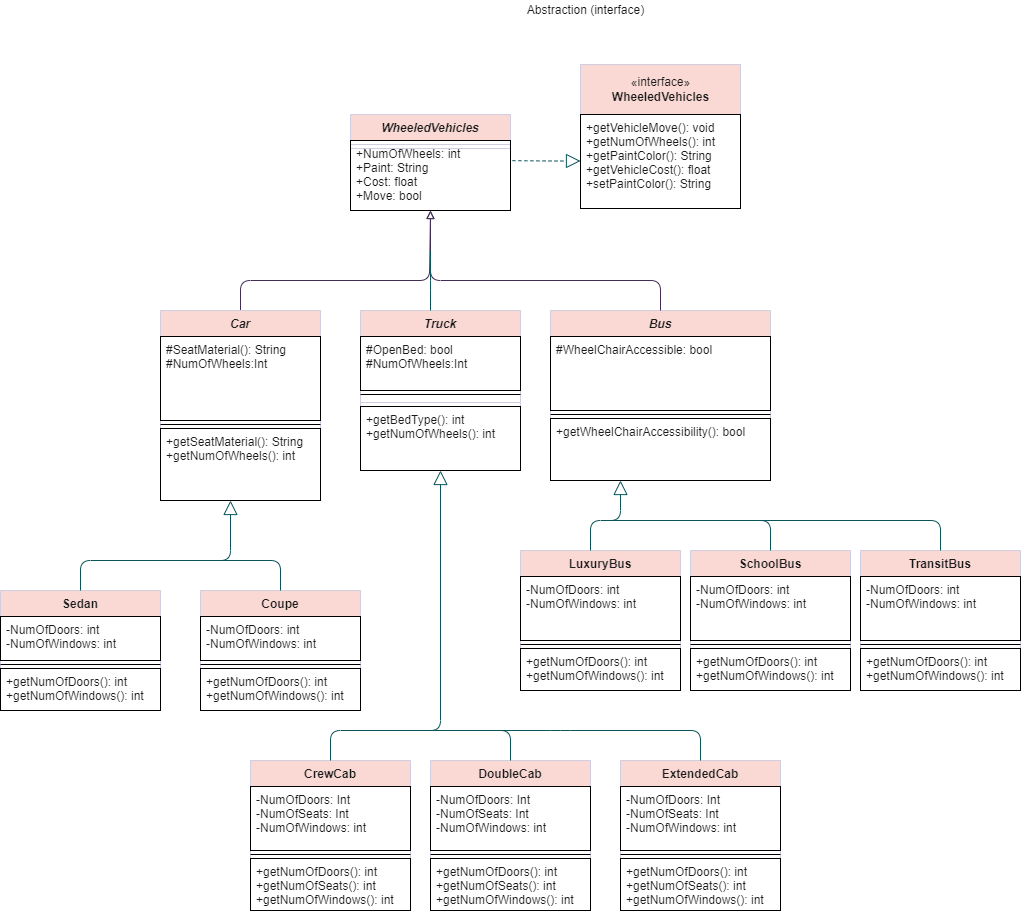
This is oop/WheeledVehiclesClass UMLDiagram.png from c0l3yni/tekcamp, a draw.io export, as it was before one commit. Source tidied: cells renumbered, new cells last; positions are measured from the earlier drawing's top-left corner, leaving out a move shared by most shapes.
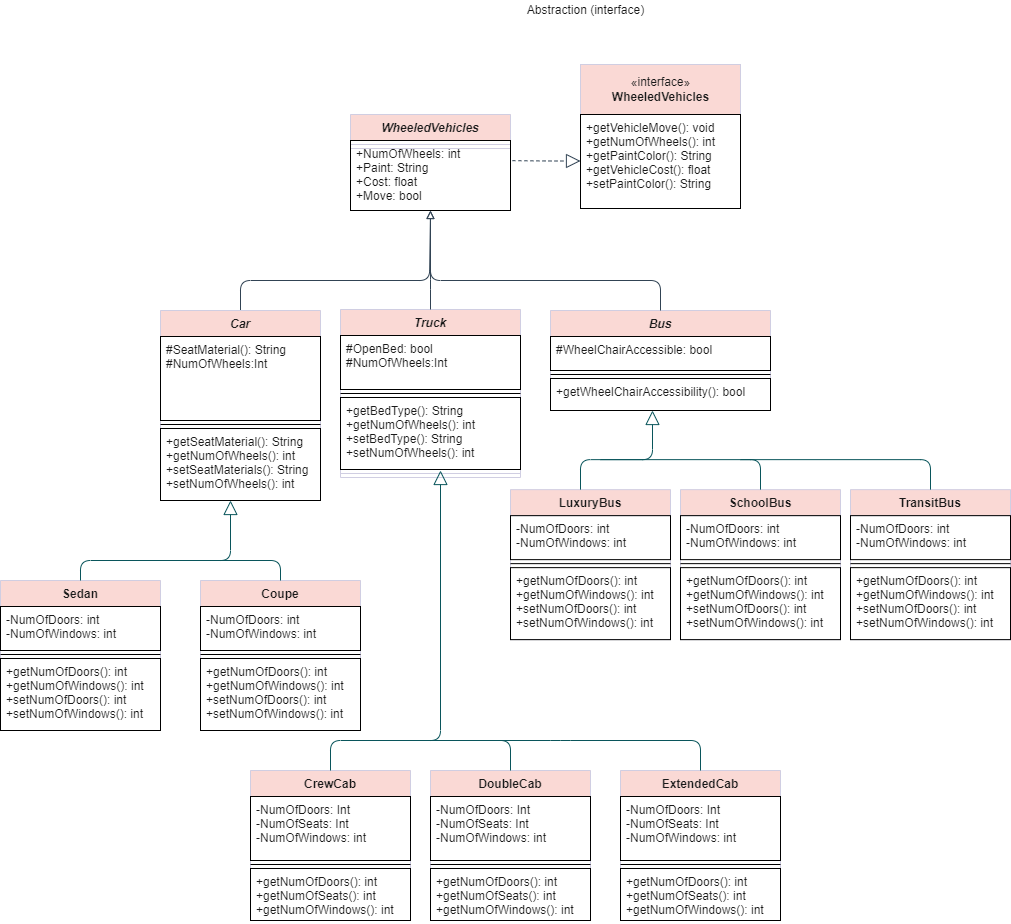
The same file after the commit.

Commit message:
Added getter and setters to methods

What changed in the source:
```diff
@@ -5,14 +5,14 @@
     <mxCell id="2" value="Bus" style="swimlane;fontStyle=3;align=center;verticalAlign=top;horizontal=1;startSize=26;fillColor=#FAD9D5;strokeColor=#D0CEE2;fontColor=#1A1A1A;rounded=0;" parent="1" vertex="1">
-      <mxGeometry x="550" y="310" width="220" height="170" as="geometry" />
+      <mxGeometry x="550" y="310" width="220" height="100" as="geometry" />
     </mxCell>
     <mxCell id="3" value="#WheelChairAccessible: bool&#10;" style="text;strokeColor=default;fillColor=none;align=left;verticalAlign=top;spacingLeft=4;spacingRight=4;overflow=hidden;fontColor=#1A1A1A;rounded=0;" parent="2" vertex="1">
-      <mxGeometry y="26" width="220" height="74" as="geometry" />
+      <mxGeometry y="26" width="220" height="34" as="geometry" />
     </mxCell>
     <mxCell id="4" style="line;strokeWidth=1;fillColor=none;align=left;verticalAlign=middle;spacingTop=-1;spacingLeft=3;spacingRight=3;labelPosition=right;fontColor=#1A1A1A;" parent="2" vertex="1">
-      <mxGeometry y="100" width="220" height="8" as="geometry" />
+      <mxGeometry y="60" width="220" height="8" as="geometry" />
     </mxCell>
     <mxCell id="5" value="+getWheelChairAccessibility(): bool" style="text;strokeColor=default;fillColor=none;align=left;verticalAlign=top;spacingLeft=4;spacingRight=4;overflow=hidden;fontColor=#1A1A1A;rounded=0;" parent="2" vertex="1">
-      <mxGeometry y="108" width="220" height="62" as="geometry" />
+      <mxGeometry y="68" width="220" height="32" as="geometry" />
     </mxCell>
-    <mxCell id="6" style="edgeStyle=orthogonalEdgeStyle;jettySize=auto;html=1;fontColor=#1A1A1A;strokeColor=#432D57;endArrow=block;endFill=0;fillColor=#76608a;" parent="1" edge="1" source="7">
+    <mxCell id="6" style="edgeStyle=orthogonalEdgeStyle;jettySize=auto;html=1;fontColor=#1A1A1A;strokeColor=#314354;endArrow=block;endFill=0;fillColor=#647687;" parent="1" edge="1" source="7">
       <mxGeometry relative="1" as="geometry">
@@ -34,3 +34,3 @@
     </mxCell>
-    <mxCell id="10" value="+getSeatMaterial(): String&#10;+getNumOfWheels(): int&#10;" style="text;strokeColor=default;fillColor=none;align=left;verticalAlign=top;spacingLeft=4;spacingRight=4;overflow=hidden;fontColor=#1A1A1A;rounded=0;" parent="7" vertex="1">
+    <mxCell id="10" value="+getSeatMaterial(): String&#10;+getNumOfWheels(): int&#10;+setSeatMaterials(): String&#10;+setNumOfWheels(): int" style="text;strokeColor=default;fillColor=none;align=left;verticalAlign=top;spacingLeft=4;spacingRight=4;overflow=hidden;fontColor=#1A1A1A;rounded=0;" parent="7" vertex="1">
       <mxGeometry y="118" width="160" height="72" as="geometry" />
@@ -38,16 +38,16 @@
     <mxCell id="11" value="Truck" style="swimlane;fontStyle=3;align=center;verticalAlign=top;horizontal=1;startSize=26;fillColor=#FAD9D5;strokeColor=#D0CEE2;fontColor=#1A1A1A;rounded=0;" parent="1" vertex="1">
-      <mxGeometry x="360" y="310" width="160" height="160" as="geometry" />
+      <mxGeometry x="340" y="309" width="180" height="168" as="geometry" />
     </mxCell>
     <mxCell id="12" value="#OpenBed: bool&#10;#NumOfWheels:Int" style="text;strokeColor=default;fillColor=none;align=left;verticalAlign=top;spacingLeft=4;spacingRight=4;overflow=hidden;fontColor=#1A1A1A;rounded=0;" parent="11" vertex="1">
-      <mxGeometry y="26" width="160" height="54" as="geometry" />
+      <mxGeometry y="26" width="180" height="54" as="geometry" />
     </mxCell>
     <mxCell id="13" style="line;strokeWidth=1;fillColor=none;align=left;verticalAlign=middle;spacingTop=-1;spacingLeft=3;spacingRight=3;labelPosition=right;fontColor=#1A1A1A;" parent="11" vertex="1">
-      <mxGeometry y="80" width="160" height="8" as="geometry" />
+      <mxGeometry y="80" width="180" height="8" as="geometry" />
     </mxCell>
+    <mxCell id="15" value="+getBedType(): String&#10;+getNumOfWheels(): int&#10;+setBedType(): String&#10;+setNumOfWheels(): int" style="text;strokeColor=default;fillColor=none;align=left;verticalAlign=top;spacingLeft=4;spacingRight=4;overflow=hidden;fontColor=#1A1A1A;rounded=0;" parent="11" vertex="1">
+      <mxGeometry y="88" width="180" height="72" as="geometry" />
+    </mxCell>
     <mxCell id="14" style="line;strokeWidth=1;fillColor=none;align=left;verticalAlign=middle;spacingTop=-1;spacingLeft=3;spacingRight=3;labelPosition=right;strokeColor=#D0CEE2;fontColor=#1A1A1A;rounded=0;" parent="11" vertex="1">
-      <mxGeometry y="88" width="160" height="8" as="geometry" />
+      <mxGeometry y="160" width="180" height="8" as="geometry" />
     </mxCell>
-    <mxCell id="15" value="+getBedType(): int&#10;+getNumOfWheels(): int" style="text;strokeColor=default;fillColor=none;align=left;verticalAlign=top;spacingLeft=4;spacingRight=4;overflow=hidden;fontColor=#1A1A1A;rounded=0;" parent="11" vertex="1">
-      <mxGeometry y="96" width="160" height="64" as="geometry" />
-    </mxCell>
     <mxCell id="16" value="WheeledVehicles" style="swimlane;fontStyle=3;align=center;verticalAlign=top;horizontal=1;startSize=26;fillColor=#FAD9D5;strokeColor=#D0CEE2;fontColor=#1A1A1A;rounded=0;" parent="1" vertex="1">
@@ -61,3 +61,3 @@
     </mxCell>
-    <mxCell id="19" style="edgeStyle=orthogonalEdgeStyle;jettySize=auto;html=1;fontColor=#1A1A1A;strokeColor=#432D57;endArrow=block;endFill=0;fillColor=#76608a;exitX=0.5;exitY=0;exitDx=0;exitDy=0;" parent="1" edge="1" source="2">
+    <mxCell id="19" style="edgeStyle=orthogonalEdgeStyle;jettySize=auto;html=1;fontColor=#1A1A1A;strokeColor=#314354;endArrow=block;endFill=0;fillColor=#647687;exitX=0.5;exitY=0;exitDx=0;exitDy=0;" parent="1" edge="1" source="2">
       <mxGeometry relative="1" as="geometry">
@@ -71,3 +71,3 @@
     <mxCell id="20" value="Sedan" style="swimlane;fontStyle=1;align=center;verticalAlign=top;horizontal=1;startSize=26;fontColor=#1A1A1A;strokeColor=#D0CEE2;fillColor=#FAD9D5;" parent="1" vertex="1">
-      <mxGeometry y="590" width="160" height="120" as="geometry" />
+      <mxGeometry y="580" width="160" height="150" as="geometry" />
     </mxCell>
@@ -79,7 +79,7 @@
     </mxCell>
-    <mxCell id="23" value="+getNumOfDoors(): int&#10;+getNumOfWindows(): int" style="text;strokeColor=default;fillColor=none;align=left;verticalAlign=top;spacingLeft=4;spacingRight=4;overflow=hidden;fontColor=#1A1A1A;" parent="20" vertex="1">
-      <mxGeometry y="78" width="160" height="42" as="geometry" />
+    <mxCell id="23" value="+getNumOfDoors(): int&#10;+getNumOfWindows(): int&#10;+setNumOfDoors(): int&#10;+setNumOfWindows(): int" style="text;strokeColor=default;fillColor=none;align=left;verticalAlign=top;spacingLeft=4;spacingRight=4;overflow=hidden;fontColor=#1A1A1A;" parent="20" vertex="1">
+      <mxGeometry y="78" width="160" height="72" as="geometry" />
     </mxCell>
     <mxCell id="24" value="Coupe" style="swimlane;fontStyle=1;align=center;verticalAlign=top;horizontal=1;startSize=26;fontColor=#1A1A1A;strokeColor=#D0CEE2;fillColor=#FAD9D5;" parent="1" vertex="1">
-      <mxGeometry x="200" y="590" width="160" height="120" as="geometry" />
+      <mxGeometry x="200" y="580" width="160" height="150" as="geometry" />
     </mxCell>
@@ -91,4 +91,4 @@
     </mxCell>
-    <mxCell id="27" value="+getNumOfDoors(): int&#10;+getNumOfWindows(): int" style="text;strokeColor=default;fillColor=none;align=left;verticalAlign=top;spacingLeft=4;spacingRight=4;overflow=hidden;fontColor=#1A1A1A;" parent="24" vertex="1">
-      <mxGeometry y="78" width="160" height="42" as="geometry" />
+    <mxCell id="27" value="+getNumOfDoors(): int&#10;+getNumOfWindows(): int&#10;+setNumOfDoors(): int&#10;+setNumOfWindows(): int" style="text;strokeColor=default;fillColor=none;align=left;verticalAlign=top;spacingLeft=4;spacingRight=4;overflow=hidden;fontColor=#1A1A1A;" parent="24" vertex="1">
+      <mxGeometry y="78" width="160" height="72" as="geometry" />
     </mxCell>
@@ -112,3 +112,3 @@
     <mxCell id="30" value="CrewCab" style="swimlane;fontStyle=1;align=center;verticalAlign=top;horizontal=1;startSize=26;fontColor=#1A1A1A;strokeColor=#D0CEE2;fillColor=#FAD9D5;" parent="1" vertex="1">
-      <mxGeometry x="250" y="760" width="160" height="150" as="geometry" />
+      <mxGeometry x="250" y="770" width="160" height="150" as="geometry" />
     </mxCell>
@@ -124,3 +124,3 @@
     <mxCell id="34" value="DoubleCab" style="swimlane;fontStyle=1;align=center;verticalAlign=top;horizontal=1;startSize=26;fontColor=#1A1A1A;strokeColor=#D0CEE2;fillColor=#FAD9D5;" parent="1" vertex="1">
-      <mxGeometry x="430" y="760" width="160" height="150" as="geometry" />
+      <mxGeometry x="430" y="770" width="160" height="150" as="geometry" />
     </mxCell>
@@ -139,4 +139,4 @@
         <Array as="points">
-          <mxPoint x="330" y="730" />
-          <mxPoint x="440" y="730" />
+          <mxPoint x="330" y="740" />
+          <mxPoint x="440" y="740" />
         </Array>
@@ -146,5 +146,5 @@
       <mxGeometry relative="1" as="geometry">
-        <mxPoint x="460" y="730" as="targetPoint" />
+        <mxPoint x="460" y="740" as="targetPoint" />
         <Array as="points">
-          <mxPoint x="510" y="730" />
+          <mxPoint x="510" y="740" />
         </Array>
@@ -153,24 +153,24 @@
     <mxCell id="40" value="LuxuryBus" style="swimlane;fontStyle=1;align=center;verticalAlign=top;horizontal=1;startSize=26;fontColor=#1A1A1A;strokeColor=#D0CEE2;fillColor=#FAD9D5;" parent="1" vertex="1">
-      <mxGeometry x="520" y="550" width="160" height="140" as="geometry" />
+      <mxGeometry x="510" y="489.1" width="160" height="150" as="geometry" />
     </mxCell>
     <mxCell id="41" value="-NumOfDoors: int&#10;-NumOfWindows: int" style="text;strokeColor=default;fillColor=none;align=left;verticalAlign=top;spacingLeft=4;spacingRight=4;overflow=hidden;fontColor=#1A1A1A;" parent="40" vertex="1">
-      <mxGeometry y="26" width="160" height="64" as="geometry" />
+      <mxGeometry y="26" width="160" height="44" as="geometry" />
     </mxCell>
     <mxCell id="42" style="line;strokeWidth=1;fillColor=none;align=left;verticalAlign=middle;spacingTop=-1;spacingLeft=3;spacingRight=3;labelPosition=right;fontColor=#1A1A1A;" parent="40" vertex="1">
-      <mxGeometry y="90" width="160" height="8" as="geometry" />
+      <mxGeometry y="70" width="160" height="8" as="geometry" />
     </mxCell>
-    <mxCell id="43" value="+getNumOfDoors(): int&#10;+getNumOfWindows(): int" style="text;strokeColor=default;fillColor=none;align=left;verticalAlign=top;spacingLeft=4;spacingRight=4;overflow=hidden;fontColor=#1A1A1A;" parent="40" vertex="1">
-      <mxGeometry y="98" width="160" height="42" as="geometry" />
+    <mxCell id="43" value="+getNumOfDoors(): int&#10;+getNumOfWindows(): int&#10;+setNumOfDoors(): int&#10;+setNumOfWindows(): int" style="text;strokeColor=default;fillColor=none;align=left;verticalAlign=top;spacingLeft=4;spacingRight=4;overflow=hidden;fontColor=#1A1A1A;" parent="40" vertex="1">
+      <mxGeometry y="78" width="160" height="72" as="geometry" />
     </mxCell>
     <mxCell id="44" value="SchoolBus" style="swimlane;fontStyle=1;align=center;verticalAlign=top;horizontal=1;startSize=26;fontColor=#1A1A1A;strokeColor=#D0CEE2;fillColor=#FAD9D5;" parent="1" vertex="1">
-      <mxGeometry x="690" y="550" width="160" height="140" as="geometry" />
+      <mxGeometry x="680" y="489.1" width="160" height="150" as="geometry" />
     </mxCell>
     <mxCell id="45" value="-NumOfDoors: int&#10;-NumOfWindows: int" style="text;strokeColor=default;fillColor=none;align=left;verticalAlign=top;spacingLeft=4;spacingRight=4;overflow=hidden;fontColor=#1A1A1A;" parent="44" vertex="1">
-      <mxGeometry y="26" width="160" height="64" as="geometry" />
+      <mxGeometry y="26" width="160" height="44" as="geometry" />
     </mxCell>
     <mxCell id="46" style="line;strokeWidth=1;fillColor=none;align=left;verticalAlign=middle;spacingTop=-1;spacingLeft=3;spacingRight=3;labelPosition=right;fontColor=#1A1A1A;" parent="44" vertex="1">
-      <mxGeometry y="90" width="160" height="8" as="geometry" />
+      <mxGeometry y="70" width="160" height="8" as="geometry" />
     </mxCell>
-    <mxCell id="47" value="+getNumOfDoors(): int&#10;+getNumOfWindows(): int" style="text;strokeColor=default;fillColor=none;align=left;verticalAlign=top;spacingLeft=4;spacingRight=4;overflow=hidden;fontColor=#1A1A1A;" parent="44" vertex="1">
-      <mxGeometry y="98" width="160" height="42" as="geometry" />
+    <mxCell id="47" value="+getNumOfDoors(): int&#10;+getNumOfWindows(): int&#10;+setNumOfDoors(): int&#10;+setNumOfWindows(): int" style="text;strokeColor=default;fillColor=none;align=left;verticalAlign=top;spacingLeft=4;spacingRight=4;overflow=hidden;fontColor=#1A1A1A;" parent="44" vertex="1">
+      <mxGeometry y="78" width="160" height="72" as="geometry" />
     </mxCell>
@@ -178,7 +178,7 @@
       <mxGeometry relative="1" as="geometry">
-        <mxPoint x="590" y="550" as="sourcePoint" />
-        <mxPoint x="620" y="480" as="targetPoint" />
+        <mxPoint x="580" y="489.1" as="sourcePoint" />
+        <mxPoint x="652" y="410" as="targetPoint" />
         <Array as="points">
-          <mxPoint x="590" y="520" />
-          <mxPoint x="620" y="520" />
+          <mxPoint x="580" y="459.1" />
+          <mxPoint x="652" y="459.1" />
         </Array>
@@ -188,5 +188,5 @@
       <mxGeometry relative="1" as="geometry">
-        <mxPoint x="610" y="520" as="targetPoint" />
+        <mxPoint x="600" y="459.1" as="targetPoint" />
         <Array as="points">
-          <mxPoint x="770" y="520" />
+          <mxPoint x="760" y="459.1" />
         </Array>
@@ -195,3 +195,3 @@
     <mxCell id="50" value="ExtendedCab" style="swimlane;fontStyle=1;align=center;verticalAlign=top;horizontal=1;startSize=26;fontColor=#1A1A1A;strokeColor=#D0CEE2;fillColor=#FAD9D5;" parent="1" vertex="1">
-      <mxGeometry x="620" y="760" width="160" height="150" as="geometry" />
+      <mxGeometry x="620" y="770" width="160" height="150" as="geometry" />
     </mxCell>
@@ -208,6 +208,6 @@
       <mxGeometry relative="1" as="geometry">
-        <mxPoint x="430" y="730" as="targetPoint" />
+        <mxPoint x="430" y="740" as="targetPoint" />
         <Array as="points">
-          <mxPoint x="700" y="730" />
-          <mxPoint x="560" y="730" />
+          <mxPoint x="700" y="740" />
+          <mxPoint x="560" y="740" />
         </Array>
@@ -216,12 +216,12 @@
     <mxCell id="55" value="TransitBus" style="swimlane;fontStyle=1;align=center;verticalAlign=top;horizontal=1;startSize=26;fontColor=#1A1A1A;strokeColor=#D0CEE2;fillColor=#FAD9D5;" parent="1" vertex="1">
-      <mxGeometry x="860" y="550" width="160" height="140" as="geometry" />
+      <mxGeometry x="850" y="489.1" width="160" height="150" as="geometry" />
     </mxCell>
     <mxCell id="56" value="-NumOfDoors: int&#10;-NumOfWindows: int" style="text;strokeColor=default;fillColor=none;align=left;verticalAlign=top;spacingLeft=4;spacingRight=4;overflow=hidden;fontColor=#1A1A1A;" parent="55" vertex="1">
-      <mxGeometry y="26" width="160" height="64" as="geometry" />
+      <mxGeometry y="26" width="160" height="44" as="geometry" />
     </mxCell>
     <mxCell id="57" style="line;strokeWidth=1;fillColor=none;align=left;verticalAlign=middle;spacingTop=-1;spacingLeft=3;spacingRight=3;labelPosition=right;fontColor=#1A1A1A;" parent="55" vertex="1">
-      <mxGeometry y="90" width="160" height="8" as="geometry" />
+      <mxGeometry y="70" width="160" height="8" as="geometry" />
     </mxCell>
-    <mxCell id="58" value="+getNumOfDoors(): int&#10;+getNumOfWindows(): int" style="text;strokeColor=default;fillColor=none;align=left;verticalAlign=top;spacingLeft=4;spacingRight=4;overflow=hidden;fontColor=#1A1A1A;" parent="55" vertex="1">
-      <mxGeometry y="98" width="160" height="42" as="geometry" />
+    <mxCell id="58" value="+getNumOfDoors(): int&#10;+getNumOfWindows(): int&#10;+setNumOfDoors(): int&#10;+setNumOfWindows(): int" style="text;strokeColor=default;fillColor=none;align=left;verticalAlign=top;spacingLeft=4;spacingRight=4;overflow=hidden;fontColor=#1A1A1A;" parent="55" vertex="1">
+      <mxGeometry y="78" width="160" height="72" as="geometry" />
     </mxCell>
@@ -229,5 +229,5 @@
       <mxGeometry relative="1" as="geometry">
-        <mxPoint x="750" y="520" as="targetPoint" />
+        <mxPoint x="740" y="459.1" as="targetPoint" />
         <Array as="points">
-          <mxPoint x="940" y="520" />
+          <mxPoint x="930" y="459.1" />
         </Array>
@@ -235,8 +235,8 @@
     </mxCell>
-    <mxCell id="60" style="endArrow=none;endFill=0;endSize=12;html=1;fontColor=#1A1A1A;strokeColor=#09555B;exitX=0.5;exitY=0;exitDx=0;exitDy=0;startArrow=none;startFill=0;" parent="1" edge="1">
+    <mxCell id="60" style="endArrow=none;endFill=0;endSize=12;html=1;fontColor=#1A1A1A;strokeColor=#314354;exitX=0.5;exitY=0;exitDx=0;exitDy=0;startArrow=none;startFill=0;fillColor=#647687;" parent="1" edge="1">
       <mxGeometry relative="1" as="geometry">
-        <mxPoint x="430" y="310" as="sourcePoint" />
-        <mxPoint x="430" y="250" as="targetPoint" />
+        <mxPoint x="430" y="309" as="sourcePoint" />
+        <mxPoint x="430" y="249" as="targetPoint" />
         <Array as="points">
-          <mxPoint x="430" y="280" />
+          <mxPoint x="430" y="279" />
         </Array>
@@ -250,3 +250,3 @@
     </mxCell>
-    <mxCell id="63" style="endArrow=block;endFill=0;endSize=12;html=1;fontColor=#1A1A1A;strokeColor=#09555B;exitX=1.012;exitY=0.288;exitDx=0;exitDy=0;exitPerimeter=0;dashed=1;" parent="1" edge="1" source="64">
+    <mxCell id="63" style="endArrow=block;endFill=0;endSize=12;html=1;fontColor=#1A1A1A;strokeColor=#314354;exitX=1.012;exitY=0.288;exitDx=0;exitDy=0;exitPerimeter=0;dashed=1;fillColor=#647687;" parent="1" edge="1" source="64">
       <mxGeometry relative="1" as="geometry">
```
